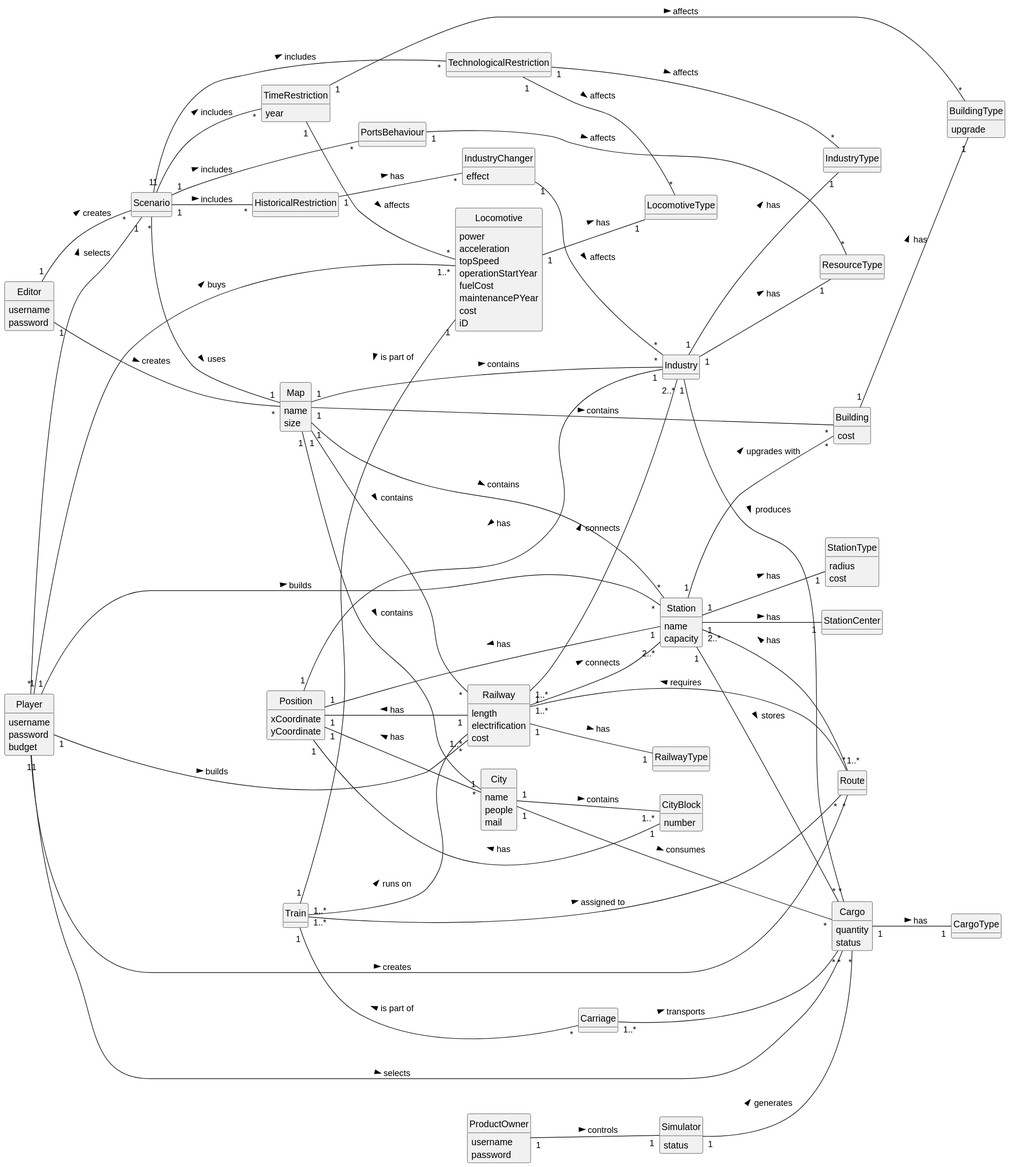
Earlier version of the PlantUML export Sprint2/global-artifacts/02.analysis/svg/DM.svg (1240935/pi2-railway-simulator).
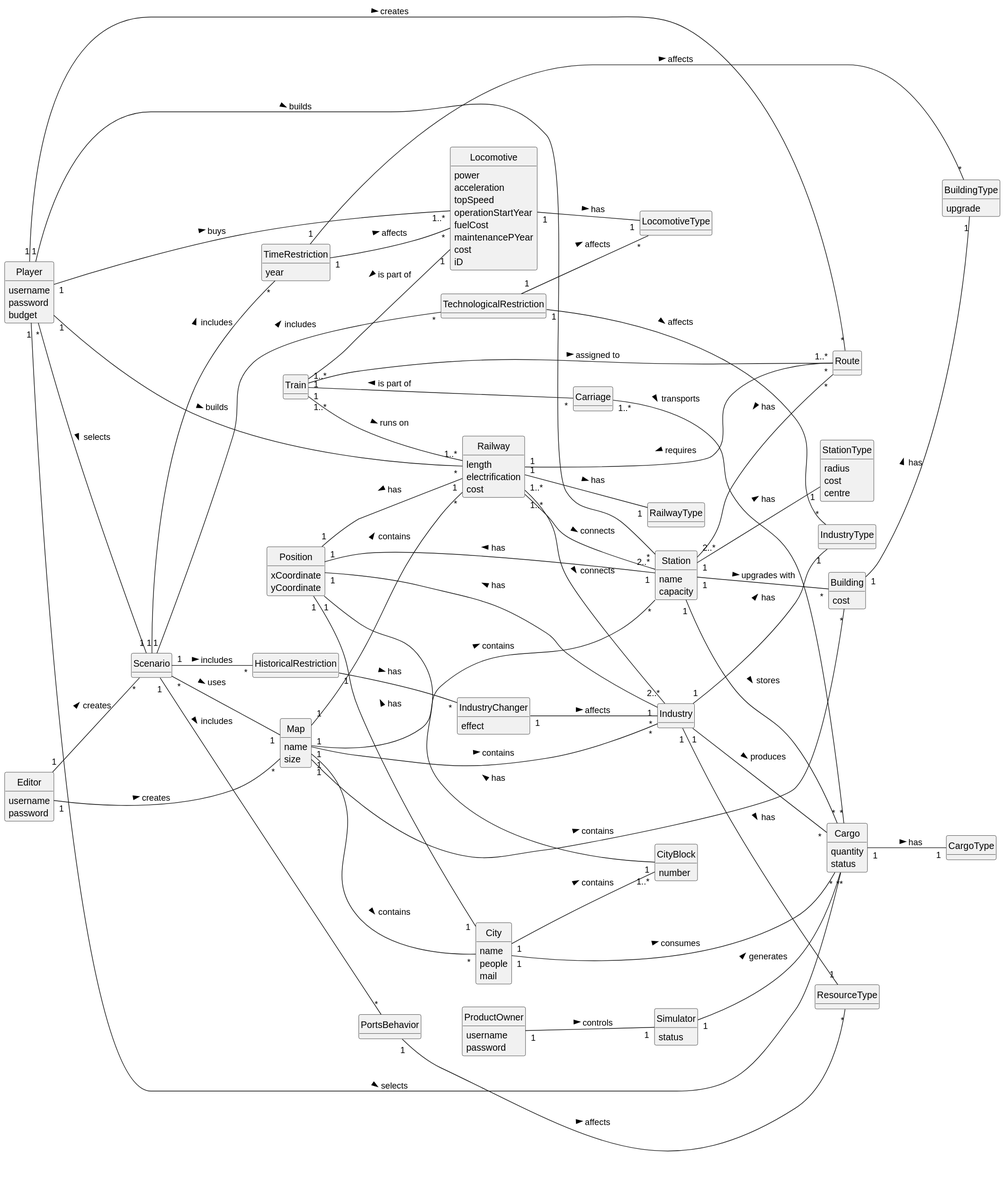
After the commit.

Change to the diagram source:
```diff
@@ -34,12 +34,10 @@
     capacity
 }
 
-class StationCenter{
-}
-
 class StationType{
     radius
     cost
+    centre
 }
 
 class Building {
@@ -131,7 +129,7 @@
 class TechnologicalRestriction{
 }
 
-class PortsBehaviour{
+class PortsBehavior{
 }
 
 class IndustryChanger{
@@ -175,7 +173,7 @@
 Scenario "1" -- "*" HistoricalRestriction: includes >
 Scenario "1" -- "*" TechnologicalRestriction: includes >
 Scenario "1" -- "*" TimeRestriction: includes >
-Scenario "1" -- "*" PortsBehaviour: includes >
+Scenario "1" -- "*" PortsBehavior: includes >
 
 HistoricalRestriction "1" -- "*" IndustryChanger: has >
 IndustryChanger "1" -- "*" Industry: affects >
@@ -186,13 +184,12 @@
 TechnologicalRestriction "1" -- "*" LocomotiveType: affects >
 TechnologicalRestriction "1" -- "*" IndustryType: affects >
 
-PortsBehaviour "1" -- "*" ResourceType: affects >
+PortsBehavior "1" -- "*" ResourceType: affects >
 
 Station "1" -- "*" Building : upgrades with >
 Station "1" -- "*" Cargo : stores >
 Station "2..*" -- "*" Route: has <
 Station "1" -- "1" StationType: has >
-Station "1" -- "1" StationCenter: has >
 
 Building "1" -- "1" BuildingType : has >
 
```
